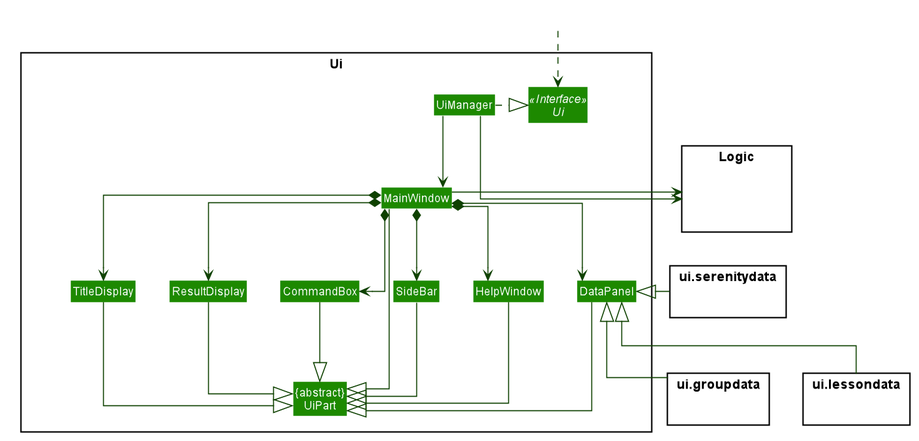
Before: docs/images/UiClassDiagram.png, a diagram exported from PlantUML (xinyee20/tp).
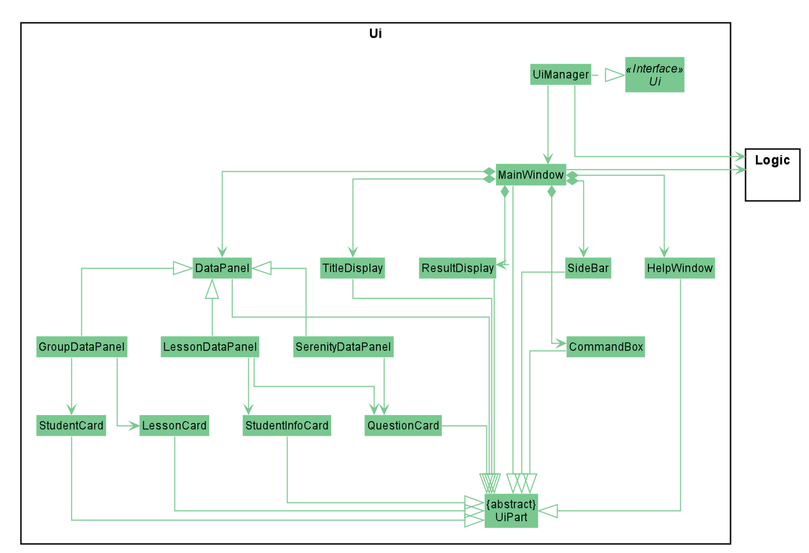
Above is the later version.

Commit message:
Modify Ui diagram and refactor Ui packages

The edit, as a diff of the source:
```diff
@@ -1,5 +1,8 @@
 @startuml
 skinparam linetype ortho
+
+
+
 
 
 
@@ -13,29 +16,32 @@
 skinparam Shadowing false
 
 skinparam Class {
-    FontColor #FFFFFF
+    FontColor #black
     BorderThickness 1
     BorderColor #FFFFFF
-    StereotypeFontColor #FFFFFF
+    StereotypeFontColor #black
     FontName Arial
 }
 
 skinparam Actor {
-    BorderColor #000000
-    Color #000000
+    FontColor #black
+    BorderColor #black
+    Color #black
     FontName Arial
 }
 
 skinparam Sequence {
+    FontColor #black
     MessageAlign center
     BoxFontSize 15
     BoxPadding 0
-    BoxFontColor #FFFFFF
+    BoxFontColor #black
     FontName Arial
 }
 
 skinparam Participant {
-    FontColor #FFFFFFF
+    FontColor #black
+    FontColor #black
     Padding 20
 }
 
@@ -49,8 +55,8 @@
 hide members
 hide circle
 skinparam arrowThickness 1.1
-skinparam arrowColor #0E4100
-skinparam classBackgroundColor #1D8900
+skinparam arrowColor #78C890
+skinparam classBackgroundColor #78C890
 
 package Ui <<Rectangle>>{
 Interface Ui <<Interface>>
@@ -63,44 +69,48 @@
 Class SideBar
 Class HelpWindow
 Class DataPanel
+Class SerenityDataPanel
+Class GroupDataPanel
+Class LessonDataPanel
+Class LessonCard
+Class StudentCard
+Class StudentInfoCard
+Class QuestionCard
 }
 
-package ui.serenitydata {
-}
-
-package ui.groupdata {
-}
-
-package ui.lessondata {
-}
-
-package Logic {
-Class Hidden #FFFFFF
-}
-
-Class HiddenOutside #FFFFFF
-HiddenOutside ..> Ui
+package Logic {}
 
 UiManager .right.|> Ui
 UiManager -down-> MainWindow
+MainWindow *-right-> DataPanel
 MainWindow *-down-> TitleDisplay
 MainWindow *-down-> ResultDisplay
 MainWindow *-down-> CommandBox
 MainWindow *-down-> SideBar
 MainWindow *-down-> HelpWindow
-MainWindow *-down-> DataPanel
 
-MainWindow -down-|> UiPart
-TitleDisplay --|> UiPart
-ResultDisplay --|> UiPart
-CommandBox --|> UiPart
-SideBar -down-|> UiPart
-HelpWindow -down-|> UiPart
-DataPanel -down-|> UiPart
+MainWindow --down--|> UiPart
+TitleDisplay --down--|> UiPart
+ResultDisplay --down--|> UiPart
+CommandBox --down-|> UiPart
+SideBar --down--|> UiPart
+HelpWindow --down--|> UiPart
+DataPanel --down--|> UiPart
 
-DataPanel <|-right- ui.serenitydata
-DataPanel <|-- ui.groupdata
-DataPanel <|-down- ui.lessondata
+DataPanel <|-- SerenityDataPanel
+DataPanel <|-- GroupDataPanel
+DataPanel <|-- LessonDataPanel
+
+SerenityDataPanel -down-> QuestionCard
+GroupDataPanel -down-> LessonCard
+GroupDataPanel -down-> StudentCard
+LessonDataPanel -down-> StudentInfoCard
+LessonDataPanel -down-> QuestionCard
+
+StudentCard -down-|> UiPart
+LessonCard -down-|> UiPart
+StudentInfoCard -down-|> UiPart
+QuestionCard -down-|> UiPart
 
 UiManager -right-> Logic
 MainWindow -right-> Logic
```
